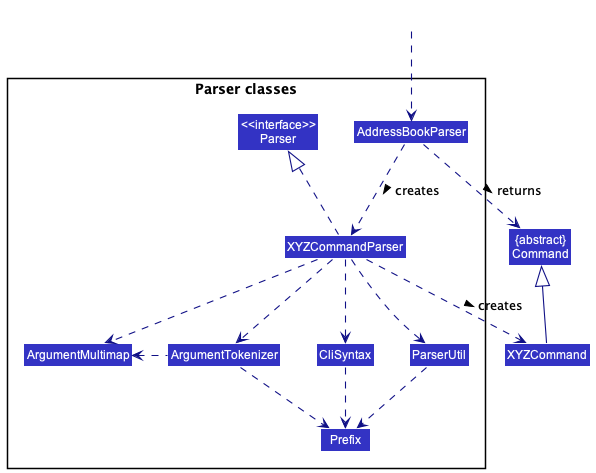
This is docs/images/ParserClasses.png from nus-cs2103-AY2223S1/tp, a PlantUML export, as it was before one commit.
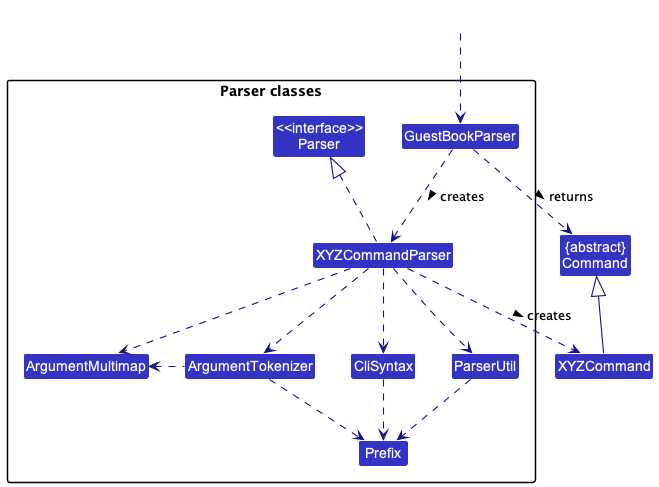
Above is the later version.

Diff of the diagram source:
```diff
@@ -9,7 +9,7 @@
 
 package "Parser classes"{
 Class "<<interface>>\nParser" as Parser
-Class AddressBookParser
+Class GuestBookParser
 Class XYZCommandParser
 Class CliSyntax
 Class ParserUtil
@@ -19,12 +19,12 @@
 }
 
 Class HiddenOutside #FFFFFF
-HiddenOutside ..> AddressBookParser
+HiddenOutside ..> GuestBookParser
 
-AddressBookParser .down.> XYZCommandParser: creates >
+GuestBookParser .down.> XYZCommandParser: creates >
 
 XYZCommandParser ..> XYZCommand : creates >
-AddressBookParser ..> Command : returns >
+GuestBookParser ..> Command : returns >
 XYZCommandParser .up.|> Parser
 XYZCommandParser ..> ArgumentMultimap
 XYZCommandParser ..> ArgumentTokenizer
```
